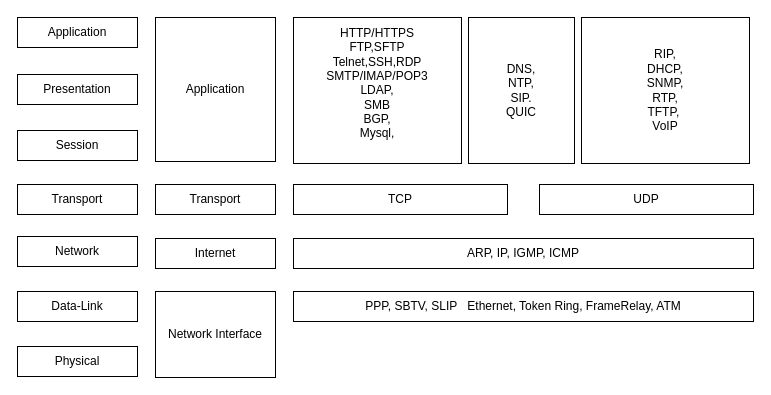
This is internet_protocol.drawio from Albert-W/Draw_io, a draw.io file, before an edit. Source tidied: cells renumbered, new cells numbered last; positions are measured from the earlier drawing's top-left corner, leaving out a move shared by most shapes. Both pictures are drawn from the tidied source at 100%, with x=0, y=0 at pixel (17, 17).
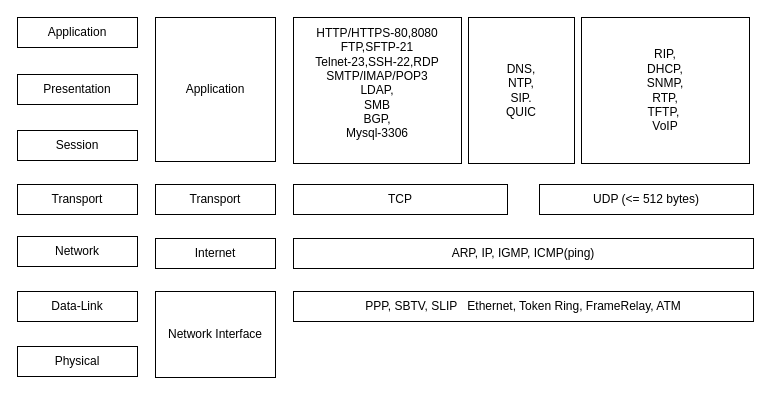
After the change.

Change to the diagram source:
```diff
@@
 <mxGraphModel>
   <root>
     <mxCell id="0" />
     <mxCell id="1" parent="0" />
     <mxCell id="2" value="Application" style="rounded=0;whiteSpace=wrap;html=1;" parent="1" vertex="1">
       <mxGeometry width="120" height="30" as="geometry" />
     </mxCell>
     <mxCell id="3" value="Presentation" style="rounded=0;whiteSpace=wrap;html=1;" parent="1" vertex="1">
       <mxGeometry y="57" width="120" height="30" as="geometry" />
     </mxCell>
     <mxCell id="4" value="Session" style="rounded=0;whiteSpace=wrap;html=1;" parent="1" vertex="1">
       <mxGeometry y="113" width="120" height="30" as="geometry" />
     </mxCell>
     <mxCell id="5" value="Transport" style="rounded=0;whiteSpace=wrap;html=1;" parent="1" vertex="1">
       <mxGeometry y="167" width="120" height="30" as="geometry" />
     </mxCell>
     <mxCell id="6" value="Network" style="rounded=0;whiteSpace=wrap;html=1;" parent="1" vertex="1">
       <mxGeometry y="219" width="120" height="30" as="geometry" />
     </mxCell>
     <mxCell id="7" value="Data-Link" style="rounded=0;whiteSpace=wrap;html=1;" parent="1" vertex="1">
       <mxGeometry y="274" width="120" height="30" as="geometry" />
     </mxCell>
     <mxCell id="8" value="Physical" style="rounded=0;whiteSpace=wrap;html=1;" parent="1" vertex="1">
       <mxGeometry y="329" width="120" height="30" as="geometry" />
     </mxCell>
     <mxCell id="9" value="Network Interface" style="rounded=0;whiteSpace=wrap;html=1;" parent="1" vertex="1">
       <mxGeometry x="138" y="274" width="120" height="86" as="geometry" />
     </mxCell>
     <mxCell id="10" value="Internet" style="rounded=0;whiteSpace=wrap;html=1;" parent="1" vertex="1">
       <mxGeometry x="138" y="221" width="120" height="30" as="geometry" />
     </mxCell>
     <mxCell id="11" value="Transport" style="rounded=0;whiteSpace=wrap;html=1;" parent="1" vertex="1">
       <mxGeometry x="138" y="167" width="120" height="30" as="geometry" />
     </mxCell>
     <mxCell id="12" value="Application" style="rounded=0;whiteSpace=wrap;html=1;" parent="1" vertex="1">
       <mxGeometry x="138" width="120" height="144" as="geometry" />
     </mxCell>
     <mxCell id="13" value="PPP, SBTV, SLIP&amp;nbsp; &amp;nbsp;Ethernet, Token Ring, FrameRelay, ATM" style="rounded=0;whiteSpace=wrap;html=1;" parent="1" vertex="1">
       <mxGeometry x="276" y="274" width="460" height="30" as="geometry" />
     </mxCell>
-    <mxCell id="14" value="ARP, IP, IGMP, ICMP" style="rounded=0;whiteSpace=wrap;html=1;" parent="1" vertex="1">
+    <mxCell id="14" value="ARP, IP, IGMP, ICMP(ping)" style="rounded=0;whiteSpace=wrap;html=1;" parent="1" vertex="1">
       <mxGeometry x="276" y="221" width="460" height="30" as="geometry" />
     </mxCell>
     <mxCell id="15" value="TCP" style="rounded=0;whiteSpace=wrap;html=1;" parent="1" vertex="1">
       <mxGeometry x="276" y="167" width="214" height="30" as="geometry" />
     </mxCell>
-    <mxCell id="16" value="UDP" style="rounded=0;whiteSpace=wrap;html=1;" parent="1" vertex="1">
+    <mxCell id="16" value="UDP (&amp;lt;= 512 bytes)" style="rounded=0;whiteSpace=wrap;html=1;" parent="1" vertex="1">
       <mxGeometry x="522" y="167" width="214" height="30" as="geometry" />
     </mxCell>
-    <mxCell id="17" value="HTTP/HTTPS&lt;br&gt;FTP,SFTP&lt;br&gt;Telnet,SSH,RDP&lt;br&gt;SMTP/IMAP/POP3&lt;div&gt;LDAP,&lt;/div&gt;&lt;div&gt;SMB&lt;br&gt;BGP,&lt;br&gt;Mysql,&lt;br&gt;&lt;br&gt;&lt;/div&gt;" style="rounded=0;whiteSpace=wrap;html=1;" parent="1" vertex="1">
+    <mxCell id="17" value="HTTP/HTTPS-80,8080&lt;br&gt;FTP,SFTP-21&lt;br&gt;Telnet-23,SSH-22,RDP&lt;br&gt;SMTP/IMAP/POP3&lt;div&gt;LDAP,&lt;/div&gt;&lt;div&gt;SMB&lt;br&gt;BGP,&lt;br&gt;Mysql-3306&lt;br&gt;&lt;br&gt;&lt;/div&gt;" style="rounded=0;whiteSpace=wrap;html=1;" parent="1" vertex="1">
       <mxGeometry x="276" width="168" height="146" as="geometry" />
     </mxCell>
     <mxCell id="18" value="RIP,&lt;br&gt;DHCP,&lt;div&gt;SNMP,&lt;br&gt;RTP,&lt;br&gt;TFTP,&amp;nbsp;&lt;br&gt;VoIP&lt;/div&gt;" style="rounded=0;whiteSpace=wrap;html=1;" parent="1" vertex="1">
       <mxGeometry x="564" width="168" height="146" as="geometry" />
     </mxCell>
     <mxCell id="19" value="DNS,&lt;br&gt;NTP,&lt;br&gt;SIP.&lt;br&gt;QUIC" style="rounded=0;whiteSpace=wrap;html=1;" parent="1" vertex="1">
       <mxGeometry x="451" width="106" height="146" as="geometry" />
     </mxCell>
   </root>
 </mxGraphModel>
```
